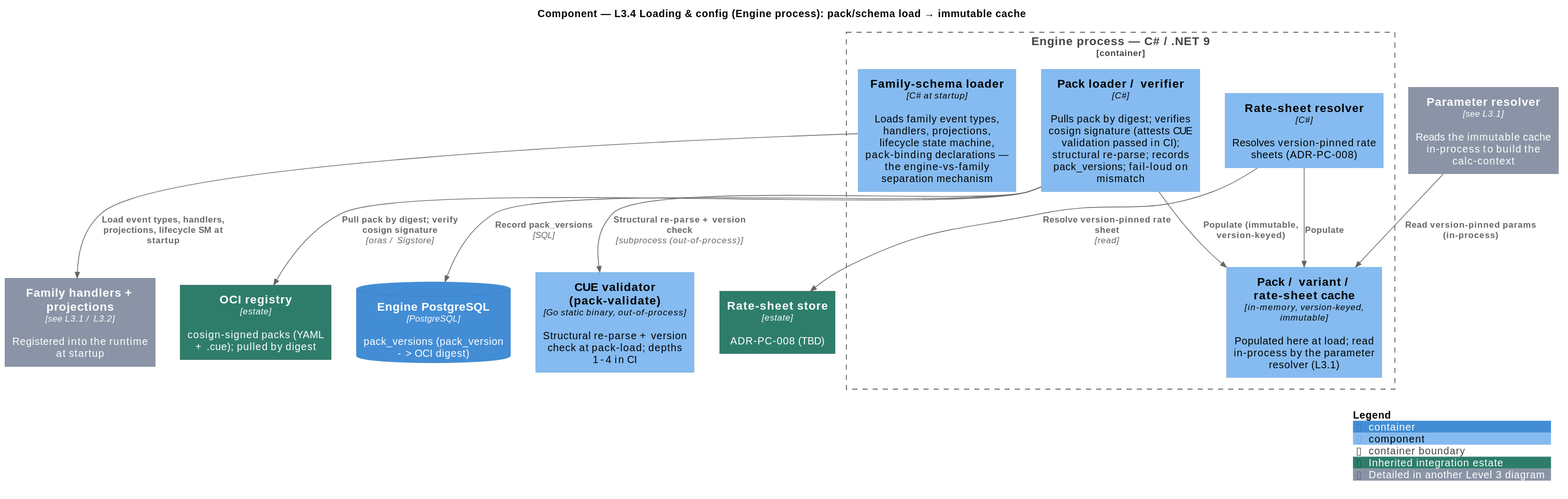
The PlantUML diagram docs/product-management/product_concepts/diagrams/c4-l3-loading-config.svg in jhosm/archie, before a commit. Its diagram source:
```plantuml
@startuml
!include <C4/C4_Component>

AddElementTag("family", $bgColor="#B8860B", $fontColor="#FFFFFF", $borderColor="#7A5B08", $legendText="Loaded from the family schema at startup (not engine code)")
AddElementTag("estate", $bgColor="#2E7D6B", $fontColor="#FFFFFF", $borderColor="#1F5749", $legendText="Inherited integration estate")
AddElementTag("ref", $bgColor="#8A94A6", $fontColor="#FFFFFF", $borderColor="#5F6A7D", $legendText="Detailed in another Level 3 diagram")

title Component — L3.4 Loading & config (Engine process): pack/schema load → immutable cache

Container_Boundary(engine, "Engine process — C# / .NET 9") {
  Component(schemaloader, "Family-schema loader", "C# at startup", "Loads family event types, handlers, projections, lifecycle state machine, pack-binding declarations — the engine-vs-family separation mechanism")
  Component(packloader, "Pack loader / verifier", "C#", "Pulls pack by digest; verifies cosign signature (attests CUE validation passed in CI); structural re-parse; records pack_versions; fail-loud on mismatch")
  Component(ratesvc, "Rate-sheet resolver", "C#", "Resolves version-pinned rate sheets (ADR-PC-008)")
  Component(cache, "Pack / variant / rate-sheet cache", "in-memory, version-keyed, immutable", "Populated here at load; read in-process by the parameter resolver (L3.1)")
}

Component(validator, "CUE validator (pack-validate)", "Go static binary, out-of-process", "Structural re-parse + version check at pack-load; depths 1-4 in CI")
Component(resolverref, "Parameter resolver", "see L3.1", "Reads the immutable cache in-process to build the calc-context", $tags="ref")
Component(familyref, "Family handlers + projections", "see L3.1 / L3.2", "Registered into the runtime at startup", $tags="ref")
Container(oci, "OCI registry", "estate", "cosign-signed packs (YAML + .cue); pulled by digest", $tags="estate")
Container(ratestore, "Rate-sheet store", "estate", "ADR-PC-008 (TBD)", $tags="estate")
ContainerDb(pg, "Engine PostgreSQL", "PostgreSQL", "pack_versions (pack_version -> OCI digest)")

Rel(packloader, oci, "Pull pack by digest; verify cosign signature", "oras / Sigstore")
Rel(packloader, validator, "Structural re-parse + version check", "subprocess (out-of-process)")
Rel(packloader, pg, "Record pack_versions", "SQL")
Rel(packloader, cache, "Populate (immutable, version-keyed)")
Rel(ratesvc, ratestore, "Resolve version-pinned rate sheet", "read")
Rel(ratesvc, cache, "Populate")
Rel(schemaloader, familyref, "Load event types, handlers, projections, lifecycle SM at startup")
Rel(resolverref, cache, "Read version-pinned params (in-process)")

SHOW_LEGEND()
@enduml
```
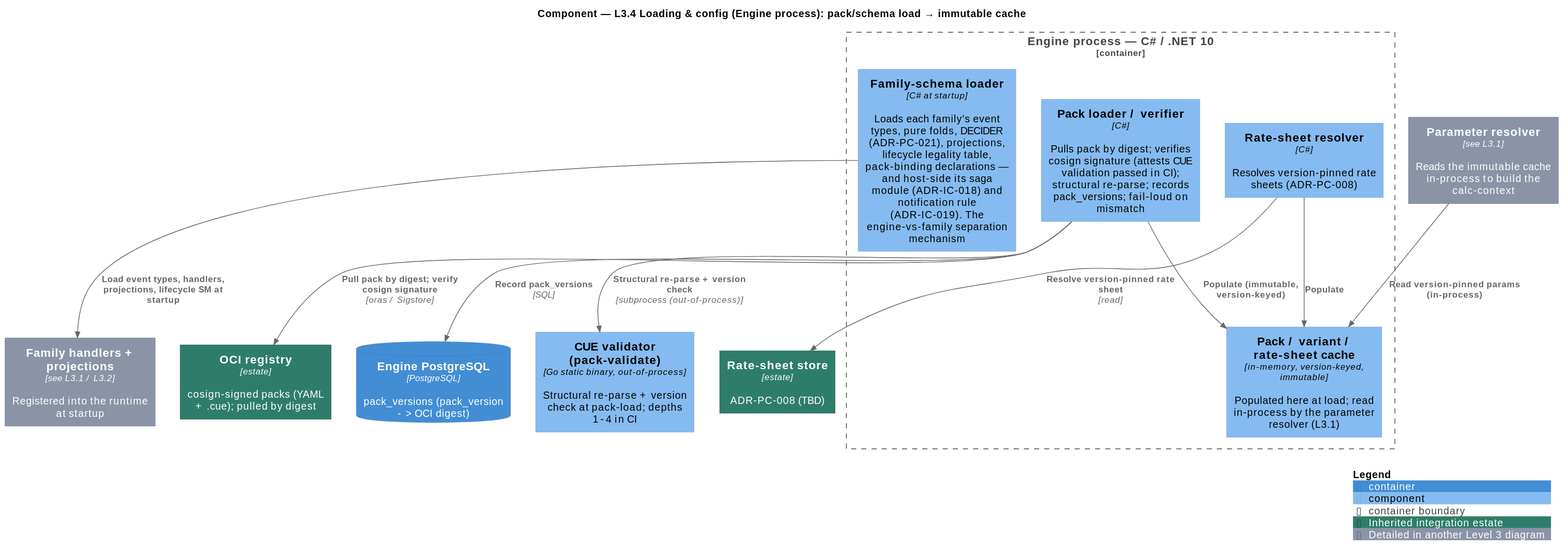
Later version of the same file.

The edit, as a diff of the source:
```diff
@@ -7,8 +7,8 @@
 
 title Component — L3.4 Loading & config (Engine process): pack/schema load → immutable cache
 
-Container_Boundary(engine, "Engine process — C# / .NET 9") {
-  Component(schemaloader, "Family-schema loader", "C# at startup", "Loads family event types, handlers, projections, lifecycle state machine, pack-binding declarations — the engine-vs-family separation mechanism")
+Container_Boundary(engine, "Engine process — C# / .NET 10") {
+  Component(schemaloader, "Family-schema loader", "C# at startup", "Loads each family's event types, pure folds, DECIDER (ADR-PC-021), projections, lifecycle legality table, pack-binding declarations — and host-side its saga module (ADR-IC-018) and notification rule (ADR-IC-019). The engine-vs-family separation mechanism")
   Component(packloader, "Pack loader / verifier", "C#", "Pulls pack by digest; verifies cosign signature (attests CUE validation passed in CI); structural re-parse; records pack_versions; fail-loud on mismatch")
   Component(ratesvc, "Rate-sheet resolver", "C#", "Resolves version-pinned rate sheets (ADR-PC-008)")
   Component(cache, "Pack / variant / rate-sheet cache", "in-memory, version-keyed, immutable", "Populated here at load; read in-process by the parameter resolver (L3.1)")
```
